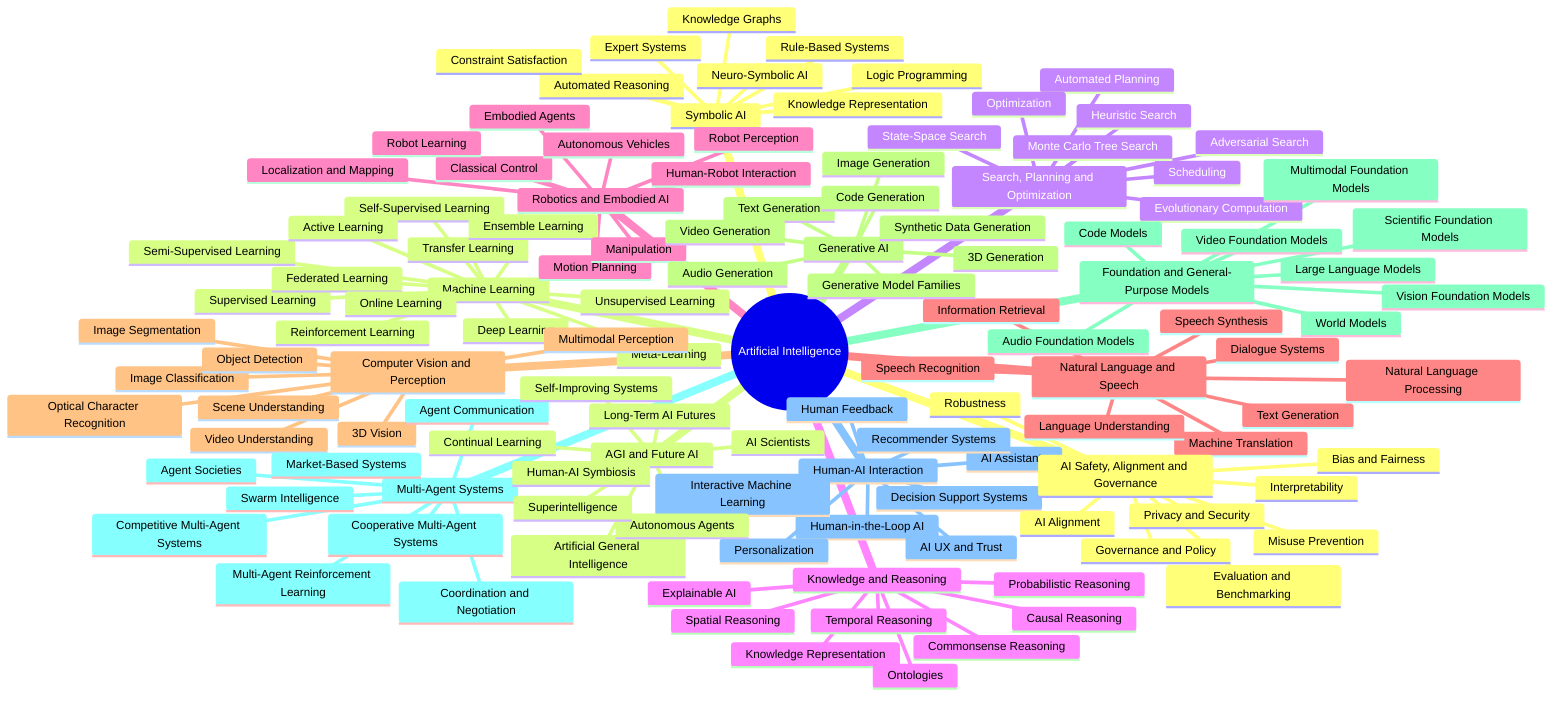
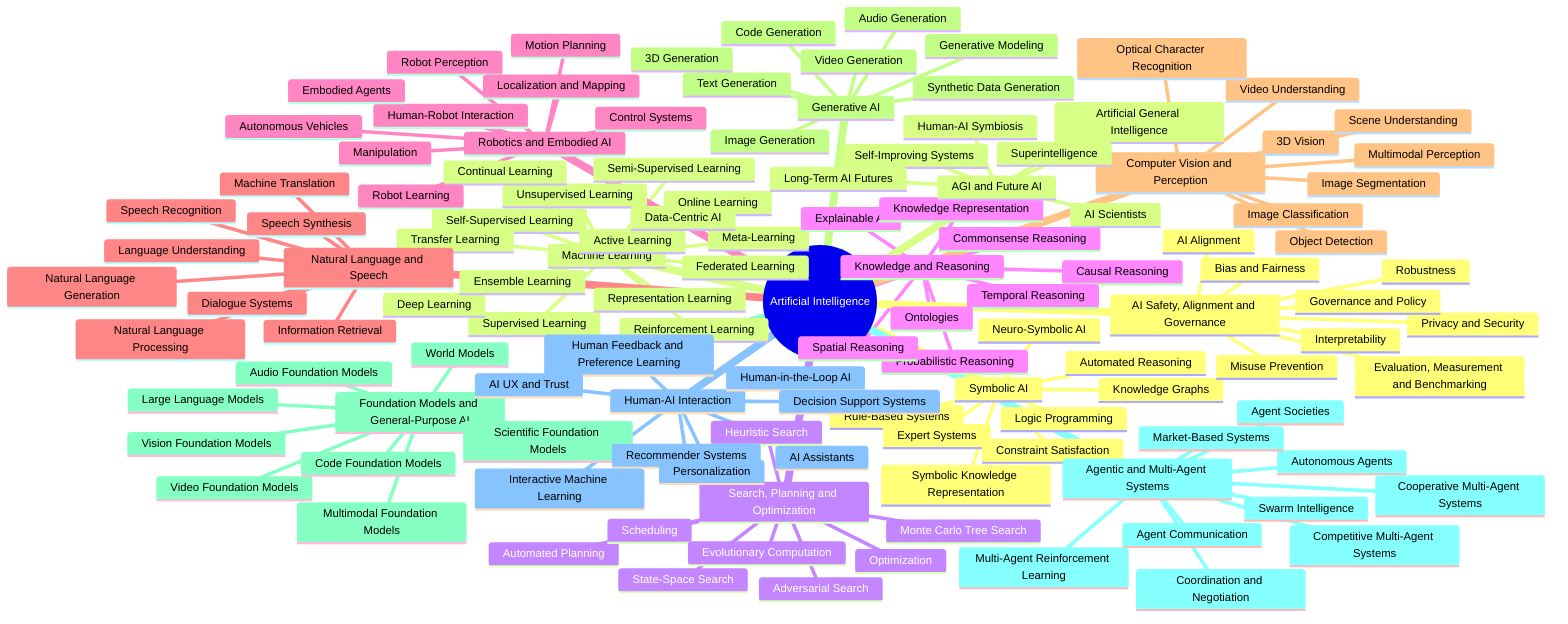
mindmap
  root((Artificial Intelligence))
    Symbolic AI
      Rule-Based Systems
      Expert Systems
      Logic Programming
-       Knowledge Representation
+       Symbolic Knowledge Representation
      Automated Reasoning
      Constraint Satisfaction
      Knowledge Graphs
      Neuro-Symbolic AI
    Machine Learning
      Supervised Learning
      Unsupervised Learning
      Semi-Supervised Learning
      Self-Supervised Learning
      Reinforcement Learning
      Deep Learning
+       Representation Learning
      Transfer Learning
      Federated Learning
      Online Learning
      Active Learning
      Meta-Learning
      Ensemble Learning
+       Continual Learning
+       Data-Centric AI
    Search, Planning and Optimization
      State-Space Search
      Heuristic Search
      Adversarial Search
      Automated Planning
      Scheduling
      Optimization
      Evolutionary Computation
      Monte Carlo Tree Search
    Knowledge and Reasoning
      Commonsense Reasoning
      Probabilistic Reasoning
      Causal Reasoning
      Temporal Reasoning
      Spatial Reasoning
      Explainable AI
      Knowledge Representation
      Ontologies
    Robotics and Embodied AI
-       Classical Control
+       Control Systems
      Robot Perception
      Localization and Mapping
      Motion Planning
      Manipulation
      Autonomous Vehicles
      Human-Robot Interaction
      Robot Learning
      Embodied Agents
    Natural Language and Speech
      Natural Language Processing
      Speech Recognition
      Speech Synthesis
      Dialogue Systems
      Information Retrieval
      Machine Translation
-       Text Generation
+       Natural Language Generation
      Language Understanding
    Computer Vision and Perception
      Image Classification
      Object Detection
      Image Segmentation
      Video Understanding
      3D Vision
      Multimodal Perception
      Scene Understanding
      Optical Character Recognition
    Generative AI
      Text Generation
      Image Generation
      Audio Generation
      Video Generation
      Code Generation
      3D Generation
      Synthetic Data Generation
-       Generative Model Families
-     Foundation and General-Purpose Models
+       Generative Modeling
+     Foundation Models and General-Purpose AI
      Large Language Models
      Vision Foundation Models
      Multimodal Foundation Models
      Audio Foundation Models
      Video Foundation Models
-       Code Models
+       Code Foundation Models
      Scientific Foundation Models
      World Models
-     Multi-Agent Systems
+     Agentic and Multi-Agent Systems
+       Autonomous Agents
      Cooperative Multi-Agent Systems
      Competitive Multi-Agent Systems
      Agent Communication
      Coordination and Negotiation
      Multi-Agent Reinforcement Learning
      Swarm Intelligence
      Agent Societies
      Market-Based Systems
    Human-AI Interaction
      AI Assistants
      Recommender Systems
      Human-in-the-Loop AI
      Interactive Machine Learning
      Personalization
      Decision Support Systems
-       Human Feedback
+       Human Feedback and Preference Learning
      AI UX and Trust
    AI Safety, Alignment and Governance
      AI Alignment
      Robustness
      Interpretability
-       Evaluation and Benchmarking
+       Evaluation, Measurement and Benchmarking
      Bias and Fairness
      Privacy and Security
      Misuse Prevention
      Governance and Policy
    AGI and Future AI
      Artificial General Intelligence
-       Autonomous Agents
-       Continual Learning
      Self-Improving Systems
      AI Scientists
      Human-AI Symbiosis
      Superintelligence
      Long-Term AI Futures
